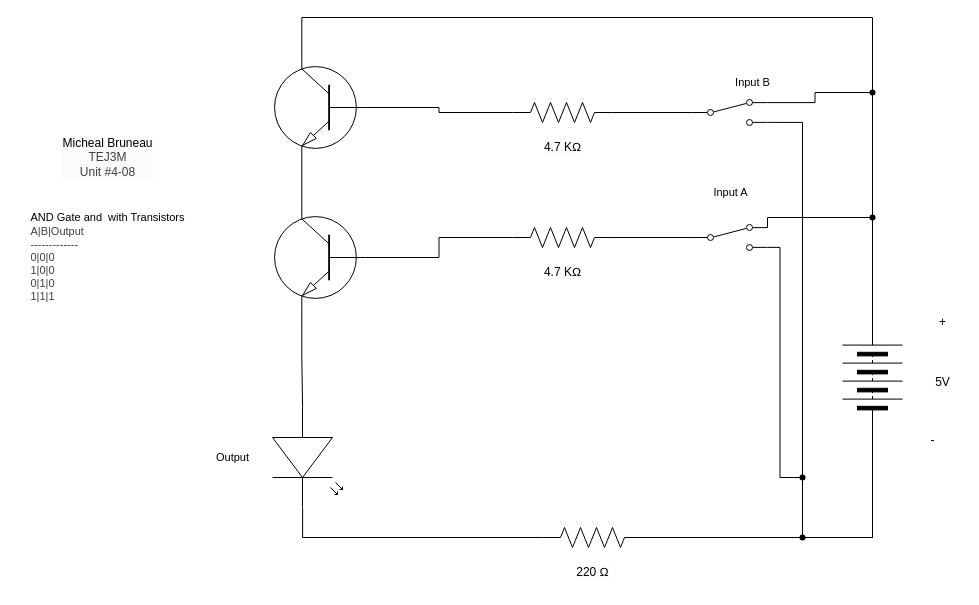
Before: TEJ3M 4-08/Schematic diagram.drawio in michael-bruneau/TEJ3M-Unit-4, a draw.io diagram. Source tidied: cells renumbered, new cells numbered last; positions are measured from the earlier drawing's top-left corner, leaving out a move shared by most shapes. Both pictures are drawn from the tidied source at 100%, with x=0, y=0 at pixel (17, 17).
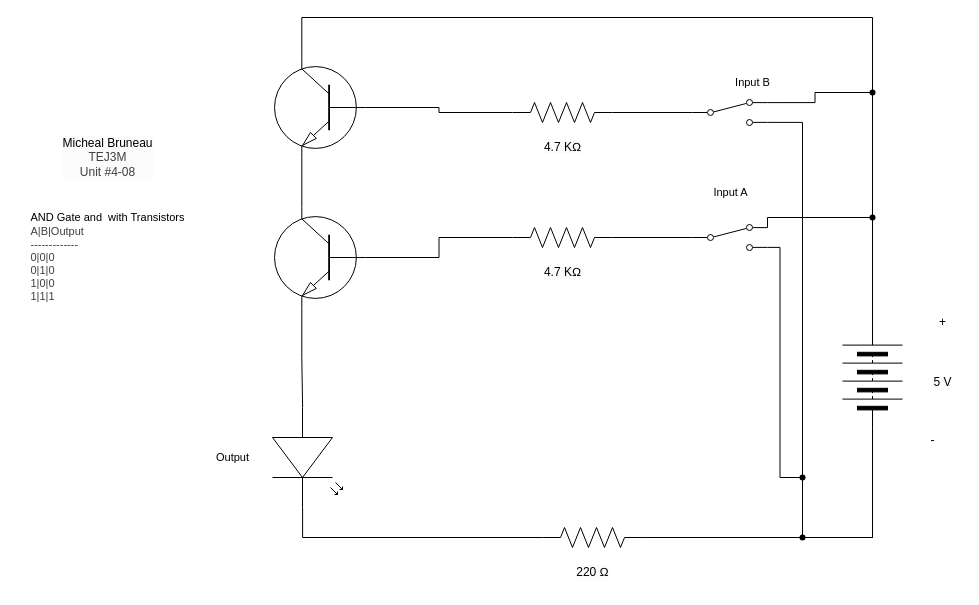
The same diagram, later.

What changed in the source:
```diff
@@
-    <mxCell id="3" value="&lt;div style=&quot;scrollbar-color: rgb(226, 226, 226) rgb(251, 251, 251); font-size: 11px; text-align: left; color: rgb(63, 63, 63);&quot;&gt;&lt;font color=&quot;#000000&quot;&gt;&lt;span style=&quot;background-color: rgb(255, 255, 255);&quot;&gt;AND Gate and&amp;nbsp; with Transistors&lt;/span&gt;&lt;/font&gt;&lt;/div&gt;&lt;div style=&quot;scrollbar-color: rgb(226, 226, 226) rgb(251, 251, 251); font-size: 11px; text-align: left; color: rgb(63, 63, 63);&quot;&gt;&lt;span style=&quot;color: light-dark(rgb(63, 63, 63), rgb(183, 183, 183));&quot;&gt;A|B|Output&lt;/span&gt;&lt;/div&gt;&lt;div style=&quot;color: rgb(63, 63, 63); scrollbar-color: rgb(226, 226, 226) rgb(251, 251, 251); font-size: 11px; text-align: left;&quot;&gt;-------------&lt;/div&gt;&lt;div style=&quot;color: rgb(63, 63, 63); scrollbar-color: rgb(226, 226, 226) rgb(251, 251, 251); font-size: 11px; text-align: left;&quot;&gt;0|0|0&lt;/div&gt;&lt;div style=&quot;color: rgb(63, 63, 63); scrollbar-color: rgb(226, 226, 226) rgb(251, 251, 251); font-size: 11px; text-align: left;&quot;&gt;1|0|0&lt;/div&gt;&lt;div style=&quot;color: rgb(63, 63, 63); scrollbar-color: rgb(226, 226, 226) rgb(251, 251, 251); font-size: 11px; text-align: left;&quot;&gt;0|1|0&lt;/div&gt;&lt;div style=&quot;color: rgb(63, 63, 63); scrollbar-color: rgb(226, 226, 226) rgb(251, 251, 251); font-size: 11px; text-align: left;&quot;&gt;1|1|1&lt;/div&gt;" style="text;html=1;align=center;verticalAlign=middle;strokeColor=none;fillColor=none;" parent="1" vertex="1">
+    <mxCell id="3" value="&lt;div style=&quot;scrollbar-color: rgb(226, 226, 226) rgb(251, 251, 251); font-size: 11px; text-align: left; color: rgb(63, 63, 63);&quot;&gt;&lt;font color=&quot;#000000&quot;&gt;&lt;span style=&quot;background-color: rgb(255, 255, 255);&quot;&gt;AND Gate and&amp;nbsp; with Transistors&lt;/span&gt;&lt;/font&gt;&lt;/div&gt;&lt;div style=&quot;scrollbar-color: rgb(226, 226, 226) rgb(251, 251, 251); font-size: 11px; text-align: left; color: rgb(63, 63, 63);&quot;&gt;&lt;span style=&quot;color: light-dark(rgb(63, 63, 63), rgb(183, 183, 183));&quot;&gt;A|B|Output&lt;/span&gt;&lt;/div&gt;&lt;div style=&quot;color: rgb(63, 63, 63); scrollbar-color: rgb(226, 226, 226) rgb(251, 251, 251); font-size: 11px; text-align: left;&quot;&gt;-------------&lt;/div&gt;&lt;div style=&quot;color: rgb(63, 63, 63); scrollbar-color: rgb(226, 226, 226) rgb(251, 251, 251); font-size: 11px; text-align: left;&quot;&gt;0|0|0&lt;/div&gt;&lt;div style=&quot;color: rgb(63, 63, 63); scrollbar-color: rgb(226, 226, 226) rgb(251, 251, 251); font-size: 11px; text-align: left;&quot;&gt;0|1|0&lt;/div&gt;&lt;div style=&quot;color: rgb(63, 63, 63); scrollbar-color: rgb(226, 226, 226) rgb(251, 251, 251); font-size: 11px; text-align: left;&quot;&gt;1|0|0&lt;/div&gt;&lt;div style=&quot;color: rgb(63, 63, 63); scrollbar-color: rgb(226, 226, 226) rgb(251, 251, 251); font-size: 11px; text-align: left;&quot;&gt;1|1|1&lt;/div&gt;" style="text;html=1;align=center;verticalAlign=middle;strokeColor=none;fillColor=none;" parent="1" vertex="1">
       <mxGeometry y="185" width="180" height="110" as="geometry" />
     </mxCell>
@@
-    <mxCell id="9" value="5V" style="text;html=1;align=center;verticalAlign=middle;strokeColor=none;fillColor=none;" parent="1" vertex="1">
+    <mxCell id="9" value="5 V" style="text;html=1;align=center;verticalAlign=middle;strokeColor=none;fillColor=none;" parent="1" vertex="1">
       <mxGeometry x="905" y="350" width="40" height="30" as="geometry" />
     </mxCell>
```
